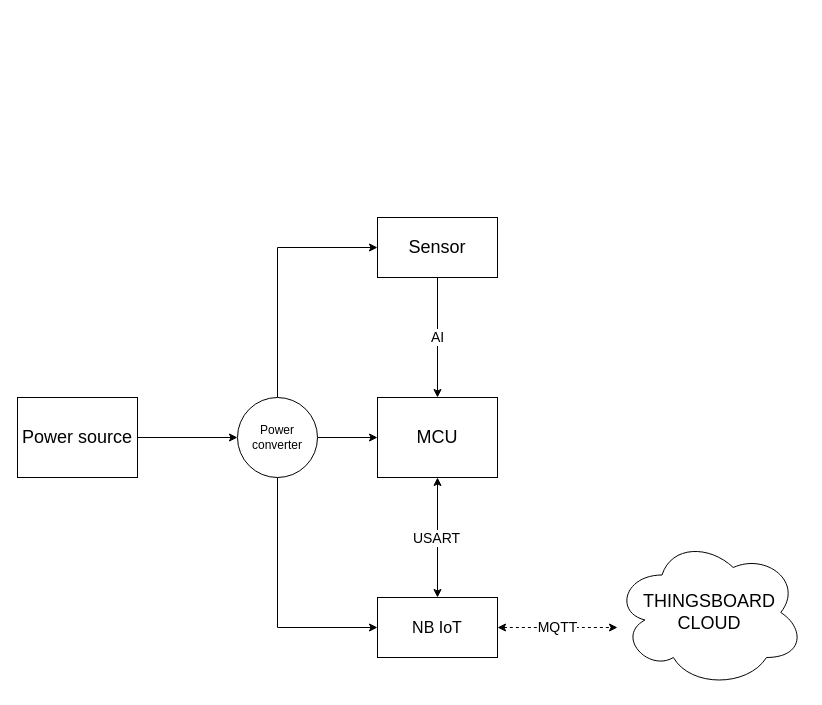
The draw.io diagram Project_overall.drawio in K2ayzz/ForDrawIO, before the edit. Source tidied: cells renumbered, new cells numbered last; positions are measured from the earlier drawing's top-left corner, leaving out a move shared by most shapes. Both pictures are drawn from the tidied source at 100%, with x=0, y=0 at pixel (17, 217).
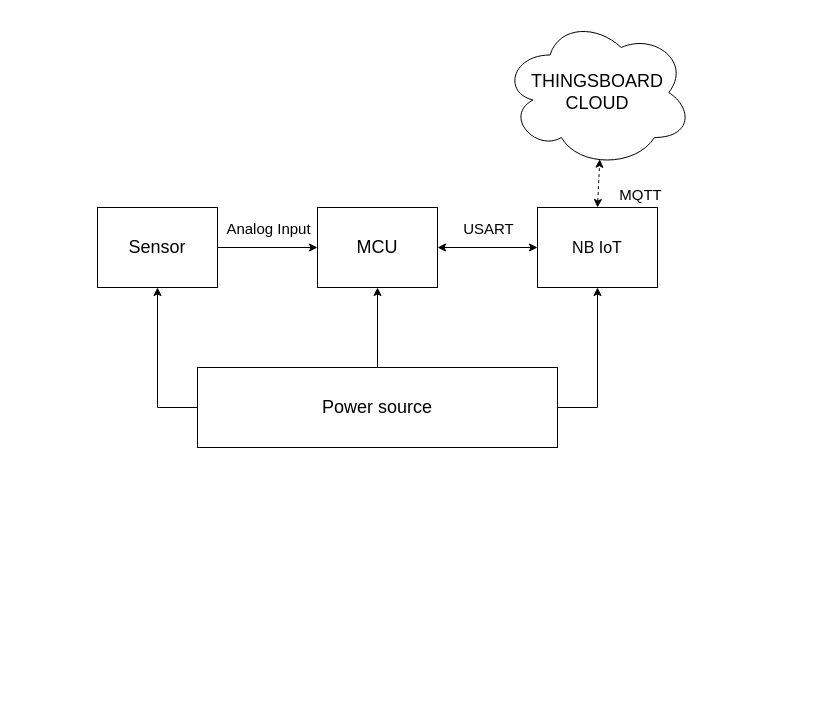
Above is the later version.

Commit message:
Cập nhật Project_overall.drawio

Diff of the diagram source:
```diff
@@
 <mxGraphModel>
   <root>
     <mxCell id="0" />
     <mxCell id="1" parent="0" />
-    <mxCell id="2" style="edgeStyle=orthogonalEdgeStyle;rounded=0;jettySize=auto;html=1;" parent="1" edge="1" source="3" target="7">
-      <mxGeometry relative="1" as="geometry" />
-    </mxCell>
     <mxCell id="3" value="&lt;font style=&quot;font-size: 18px;&quot;&gt;Power source&lt;/font&gt;" style="rounded=0;whiteSpace=wrap;html=1;" parent="1" vertex="1">
-      <mxGeometry y="180" width="120" height="80" as="geometry" />
+      <mxGeometry x="180" y="150" width="360" height="80" as="geometry" />
     </mxCell>
-    <mxCell id="4" style="edgeStyle=orthogonalEdgeStyle;rounded=0;jettySize=auto;html=1;exitX=0.5;exitY=0;exitDx=0;exitDy=0;" parent="1" edge="1" source="7" target="8">
-      <mxGeometry relative="1" as="geometry">
-        <Array as="points">
-          <mxPoint x="260" y="30" />
-        </Array>
-      </mxGeometry>
+    <mxCell id="4" style="edgeStyle=orthogonalEdgeStyle;rounded=0;jettySize=auto;html=1;entryX=0.5;entryY=1;entryDx=0;entryDy=0;exitX=0;exitY=0.5;exitDx=0;exitDy=0;" parent="1" edge="1" source="3" target="8">
+      <mxGeometry relative="1" as="geometry" />
     </mxCell>
-    <mxCell id="5" style="edgeStyle=orthogonalEdgeStyle;rounded=0;jettySize=auto;html=1;" parent="1" edge="1" source="7" target="9">
-      <mxGeometry relative="1" as="geometry" />
-    </mxCell>
-    <mxCell id="6" style="edgeStyle=orthogonalEdgeStyle;rounded=0;jettySize=auto;html=1;exitX=0.5;exitY=1;exitDx=0;exitDy=0;entryX=0;entryY=0.5;entryDx=0;entryDy=0;" parent="1" edge="1" source="7" target="10">
-      <mxGeometry relative="1" as="geometry" />
-    </mxCell>
-    <mxCell id="7" value="Power converter" style="ellipse;whiteSpace=wrap;html=1;rounded=0;" parent="1" vertex="1">
-      <mxGeometry x="220" y="180" width="80" height="80" as="geometry" />
-    </mxCell>
     <mxCell id="8" value="&lt;font style=&quot;font-size: 18px;&quot;&gt;Sensor&lt;/font&gt;" style="whiteSpace=wrap;html=1;rounded=0;" parent="1" vertex="1">
-      <mxGeometry x="360" width="120" height="60" as="geometry" />
+      <mxGeometry x="80" y="-10" width="120" height="80" as="geometry" />
     </mxCell>
     <mxCell id="9" value="&lt;font style=&quot;font-size: 18px;&quot;&gt;MCU&lt;/font&gt;" style="whiteSpace=wrap;html=1;rounded=0;" parent="1" vertex="1">
-      <mxGeometry x="360" y="180" width="120" height="80" as="geometry" />
+      <mxGeometry x="300" y="-10" width="120" height="80" as="geometry" />
     </mxCell>
     <mxCell id="10" value="&lt;font size=&quot;3&quot;&gt;NB IoT&lt;/font&gt;" style="whiteSpace=wrap;html=1;rounded=0;" parent="1" vertex="1">
-      <mxGeometry x="360" y="380" width="120" height="60" as="geometry" />
+      <mxGeometry x="520" y="-10" width="120" height="80" as="geometry" />
     </mxCell>
-    <mxCell id="11" value="&lt;font style=&quot;font-size: 14px;&quot;&gt;AI&lt;/font&gt;" style="edgeStyle=orthogonalEdgeStyle;rounded=0;jettySize=auto;html=1;exitX=0.5;exitY=1;exitDx=0;exitDy=0;entryX=0.5;entryY=0;entryDx=0;entryDy=0;" parent="1" edge="1" source="8" target="9">
-      <mxGeometry relative="1" as="geometry" />
-    </mxCell>
-    <mxCell id="12" style="endArrow=classic;startArrow=classic;html=1;rounded=0;exitX=0.5;exitY=0;exitDx=0;exitDy=0;entryX=0.5;entryY=1;entryDx=0;entryDy=0;" parent="1" edge="1" source="10" target="9">
-      <mxGeometry relative="1" as="geometry" />
-    </mxCell>
-    <mxCell id="13" value="&lt;font style=&quot;font-size: 14px;&quot;&gt;USART&lt;/font&gt;" style="edgeLabel;html=1;align=center;verticalAlign=middle;" parent="12" vertex="1">
-      <mxGeometry y="2" relative="1" as="geometry" />
-    </mxCell>
-    <mxCell id="14" value="&lt;font style=&quot;font-size: 14px;&quot;&gt;MQTT&lt;/font&gt;" style="endArrow=classic;startArrow=classic;html=1;rounded=0;dashed=1;exitX=1;exitY=0.5;exitDx=0;exitDy=0;" parent="1" edge="1" source="10">
-      <mxGeometry relative="1" as="geometry">
-        <mxPoint x="600" y="410" as="targetPoint" />
-      </mxGeometry>
+    <mxCell id="14" value="&lt;font style=&quot;font-size: 15px;&quot;&gt;MQTT&lt;/font&gt;" style="endArrow=classic;startArrow=classic;html=1;rounded=0;dashed=1;exitX=0.5;exitY=0;exitDx=0;exitDy=0;entryX=0.512;entryY=0.945;entryDx=0;entryDy=0;entryPerimeter=0;fontSize=15;" parent="1" edge="1" source="10" target="15">
+      <mxGeometry x="-0.36" y="-42" relative="1" as="geometry" />
     </mxCell>
     <mxCell id="15" value="&lt;font style=&quot;font-size: 18px;&quot;&gt;THINGSBOARD&lt;br&gt;CLOUD&lt;/font&gt;" style="ellipse;shape=cloud;whiteSpace=wrap;html=1;rotation=0;" parent="1" vertex="1">
-      <mxGeometry x="597" y="320" width="190" height="150" as="geometry" />
+      <mxGeometry x="485" y="-200" width="190" height="150" as="geometry" />
     </mxCell>
+    <mxCell id="16" style="edgeStyle=orthogonalEdgeStyle;rounded=0;jettySize=auto;html=1;entryX=0.5;entryY=1;entryDx=0;entryDy=0;exitX=1;exitY=0.5;exitDx=0;exitDy=0;" parent="1" edge="1" source="3" target="10">
+      <mxGeometry relative="1" as="geometry" />
+    </mxCell>
+    <mxCell id="17" style="edgeStyle=orthogonalEdgeStyle;rounded=0;jettySize=auto;html=1;entryX=0.5;entryY=1;entryDx=0;entryDy=0;exitX=0.5;exitY=0;exitDx=0;exitDy=0;" parent="1" edge="1" source="3" target="9">
+      <mxGeometry relative="1" as="geometry" />
+    </mxCell>
+    <mxCell id="11" style="endArrow=classic;html=1;rounded=0;exitX=1;exitY=0.5;exitDx=0;exitDy=0;entryX=0;entryY=0.5;entryDx=0;entryDy=0;" parent="1" edge="1" source="8" target="9">
+      <mxGeometry relative="1" as="geometry" />
+    </mxCell>
+    <mxCell id="18" value="&lt;font style=&quot;font-size: 15px;&quot;&gt;Analog Input&lt;/font&gt;" style="edgeLabel;html=1;align=center;verticalAlign=middle;" parent="11" vertex="1">
+      <mxGeometry x="-0.3" y="3" relative="1" as="geometry">
+        <mxPoint x="15" y="-17" as="offset" />
+      </mxGeometry>
+    </mxCell>
+    <mxCell id="19" style="endArrow=classic;startArrow=classic;html=1;rounded=0;entryX=0;entryY=0.5;entryDx=0;entryDy=0;exitX=1;exitY=0.5;exitDx=0;exitDy=0;" parent="1" edge="1" source="9" target="10">
+      <mxGeometry relative="1" as="geometry" />
+    </mxCell>
+    <mxCell id="13" value="USART" style="edgeLabel;html=1;align=center;verticalAlign=middle;fontSize=15;" parent="19" vertex="1">
+      <mxGeometry x="0.08" y="-1" relative="1" as="geometry">
+        <mxPoint x="-4" y="-21" as="offset" />
+      </mxGeometry>
+    </mxCell>
   </root>
 </mxGraphModel>
```
